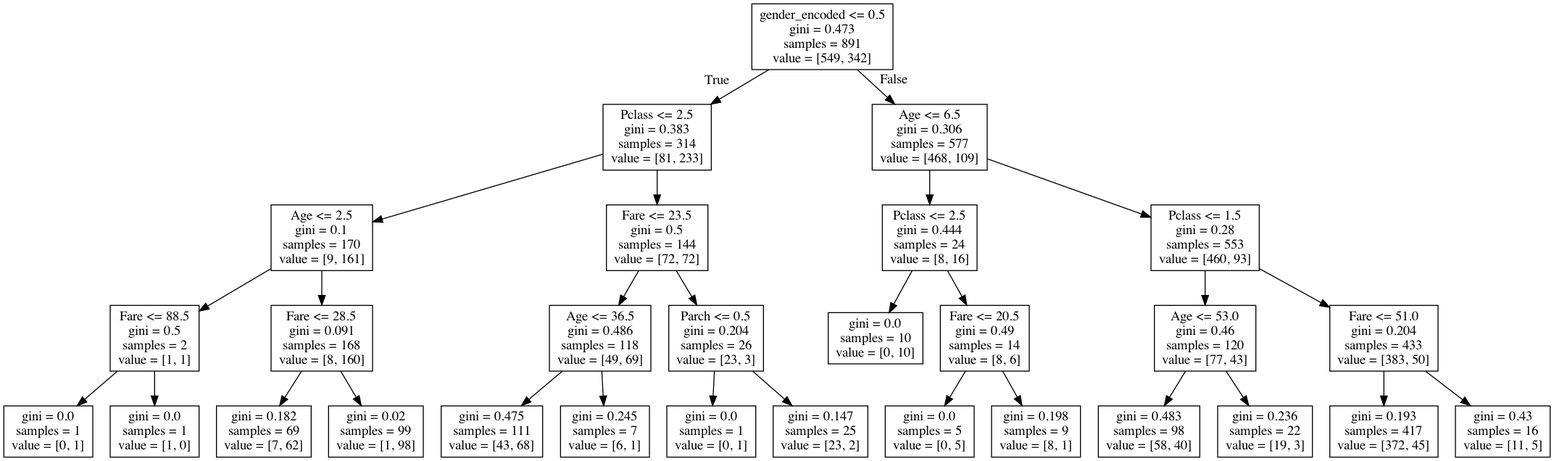
The Graphviz diagram notebooks/tree2.png in rahulg-infiswift/AnalyticsCourse, before a commit. Its source is kept beside it as notebooks/tree2.dot. Its diagram source:
```dot
digraph Tree {
node [shape=box] ;
0 [label="gender_encoded <= 0.5\ngini = 0.473\nsamples = 891\nvalue = [549, 342]"] ;
1 [label="Pclass <= 2.5\ngini = 0.383\nsamples = 314\nvalue = [81, 233]"] ;
0 -> 1 [labeldistance=2.5, labelangle=45, headlabel="True"] ;
2 [label="Age <= 2.5\ngini = 0.1\nsamples = 170\nvalue = [9, 161]"] ;
1 -> 2 ;
3 [label="Fare <= 88.5\ngini = 0.5\nsamples = 2\nvalue = [1, 1]"] ;
2 -> 3 ;
4 [label="gini = 0.0\nsamples = 1\nvalue = [0, 1]"] ;
3 -> 4 ;
5 [label="gini = 0.0\nsamples = 1\nvalue = [1, 0]"] ;
3 -> 5 ;
6 [label="Fare <= 28.5\ngini = 0.091\nsamples = 168\nvalue = [8, 160]"] ;
2 -> 6 ;
7 [label="gini = 0.182\nsamples = 69\nvalue = [7, 62]"] ;
6 -> 7 ;
8 [label="gini = 0.02\nsamples = 99\nvalue = [1, 98]"] ;
6 -> 8 ;
9 [label="Fare <= 23.5\ngini = 0.5\nsamples = 144\nvalue = [72, 72]"] ;
1 -> 9 ;
10 [label="Age <= 36.5\ngini = 0.486\nsamples = 118\nvalue = [49, 69]"] ;
9 -> 10 ;
11 [label="gini = 0.475\nsamples = 111\nvalue = [43, 68]"] ;
10 -> 11 ;
12 [label="gini = 0.245\nsamples = 7\nvalue = [6, 1]"] ;
10 -> 12 ;
13 [label="Parch <= 0.5\ngini = 0.204\nsamples = 26\nvalue = [23, 3]"] ;
9 -> 13 ;
14 [label="gini = 0.0\nsamples = 1\nvalue = [0, 1]"] ;
13 -> 14 ;
15 [label="gini = 0.147\nsamples = 25\nvalue = [23, 2]"] ;
13 -> 15 ;
16 [label="Age <= 6.5\ngini = 0.306\nsamples = 577\nvalue = [468, 109]"] ;
0 -> 16 [labeldistance=2.5, labelangle=-45, headlabel="False"] ;
17 [label="Pclass <= 2.5\ngini = 0.444\nsamples = 24\nvalue = [8, 16]"] ;
16 -> 17 ;
18 [label="gini = 0.0\nsamples = 10\nvalue = [0, 10]"] ;
17 -> 18 ;
19 [label="Fare <= 20.5\ngini = 0.49\nsamples = 14\nvalue = [8, 6]"] ;
17 -> 19 ;
20 [label="gini = 0.0\nsamples = 5\nvalue = [0, 5]"] ;
19 -> 20 ;
21 [label="gini = 0.198\nsamples = 9\nvalue = [8, 1]"] ;
19 -> 21 ;
22 [label="Pclass <= 1.5\ngini = 0.28\nsamples = 553\nvalue = [460, 93]"] ;
16 -> 22 ;
23 [label="Age <= 53.0\ngini = 0.46\nsamples = 120\nvalue = [77, 43]"] ;
22 -> 23 ;
24 [label="gini = 0.483\nsamples = 98\nvalue = [58, 40]"] ;
23 -> 24 ;
25 [label="gini = 0.236\nsamples = 22\nvalue = [19, 3]"] ;
23 -> 25 ;
26 [label="Fare <= 51.0\ngini = 0.204\nsamples = 433\nvalue = [383, 50]"] ;
22 -> 26 ;
27 [label="gini = 0.193\nsamples = 417\nvalue = [372, 45]"] ;
26 -> 27 ;
28 [label="gini = 0.43\nsamples = 16\nvalue = [11, 5]"] ;
26 -> 28 ;
}
```
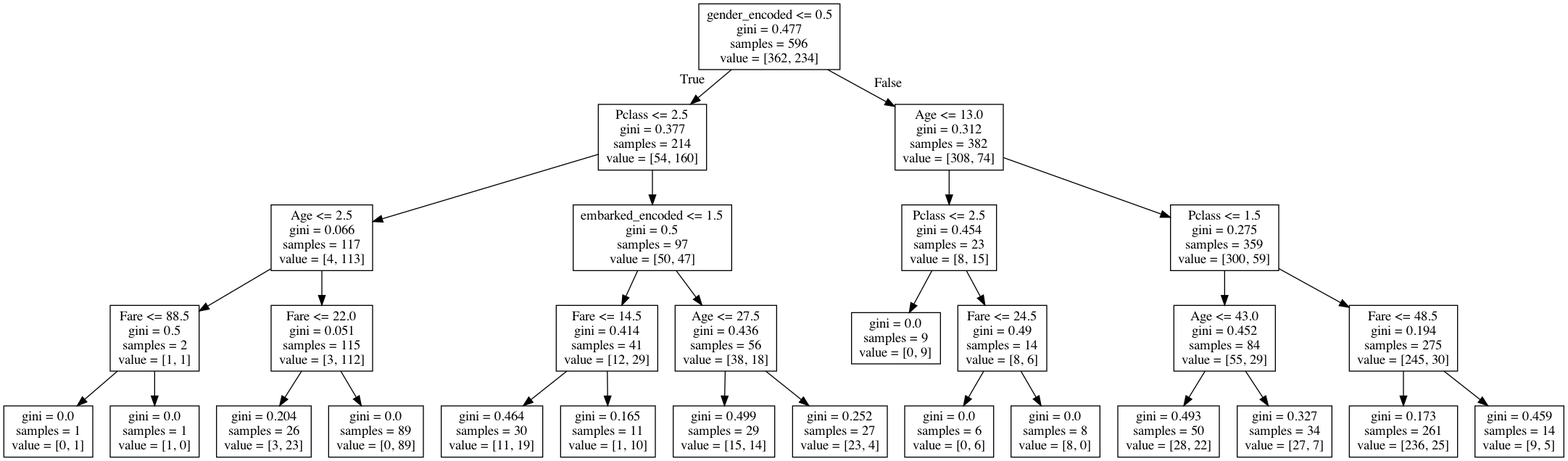
The same file after the commit.

Diff of the diagram source:
```diff
@@ -1,9 +1,9 @@
 digraph Tree {
 node [shape=box] ;
-0 [label="gender_encoded <= 0.5\ngini = 0.473\nsamples = 891\nvalue = [549, 342]"] ;
-1 [label="Pclass <= 2.5\ngini = 0.383\nsamples = 314\nvalue = [81, 233]"] ;
+0 [label="gender_encoded <= 0.5\ngini = 0.477\nsamples = 596\nvalue = [362, 234]"] ;
+1 [label="Pclass <= 2.5\ngini = 0.377\nsamples = 214\nvalue = [54, 160]"] ;
 0 -> 1 [labeldistance=2.5, labelangle=45, headlabel="True"] ;
-2 [label="Age <= 2.5\ngini = 0.1\nsamples = 170\nvalue = [9, 161]"] ;
+2 [label="Age <= 2.5\ngini = 0.066\nsamples = 117\nvalue = [4, 113]"] ;
 1 -> 2 ;
 3 [label="Fare <= 88.5\ngini = 0.5\nsamples = 2\nvalue = [1, 1]"] ;
 2 -> 3 ;
@@ -11,50 +11,50 @@
 3 -> 4 ;
 5 [label="gini = 0.0\nsamples = 1\nvalue = [1, 0]"] ;
 3 -> 5 ;
-6 [label="Fare <= 28.5\ngini = 0.091\nsamples = 168\nvalue = [8, 160]"] ;
+6 [label="Fare <= 22.0\ngini = 0.051\nsamples = 115\nvalue = [3, 112]"] ;
 2 -> 6 ;
-7 [label="gini = 0.182\nsamples = 69\nvalue = [7, 62]"] ;
+7 [label="gini = 0.204\nsamples = 26\nvalue = [3, 23]"] ;
 6 -> 7 ;
-8 [label="gini = 0.02\nsamples = 99\nvalue = [1, 98]"] ;
+8 [label="gini = 0.0\nsamples = 89\nvalue = [0, 89]"] ;
 6 -> 8 ;
-9 [label="Fare <= 23.5\ngini = 0.5\nsamples = 144\nvalue = [72, 72]"] ;
+9 [label="embarked_encoded <= 1.5\ngini = 0.5\nsamples = 97\nvalue = [50, 47]"] ;
 1 -> 9 ;
-10 [label="Age <= 36.5\ngini = 0.486\nsamples = 118\nvalue = [49, 69]"] ;
+10 [label="Fare <= 14.5\ngini = 0.414\nsamples = 41\nvalue = [12, 29]"] ;
 9 -> 10 ;
-11 [label="gini = 0.475\nsamples = 111\nvalue = [43, 68]"] ;
+11 [label="gini = 0.464\nsamples = 30\nvalue = [11, 19]"] ;
 10 -> 11 ;
-12 [label="gini = 0.245\nsamples = 7\nvalue = [6, 1]"] ;
+12 [label="gini = 0.165\nsamples = 11\nvalue = [1, 10]"] ;
 10 -> 12 ;
-13 [label="Parch <= 0.5\ngini = 0.204\nsamples = 26\nvalue = [23, 3]"] ;
+13 [label="Age <= 27.5\ngini = 0.436\nsamples = 56\nvalue = [38, 18]"] ;
 9 -> 13 ;
-14 [label="gini = 0.0\nsamples = 1\nvalue = [0, 1]"] ;
+14 [label="gini = 0.499\nsamples = 29\nvalue = [15, 14]"] ;
 13 -> 14 ;
-15 [label="gini = 0.147\nsamples = 25\nvalue = [23, 2]"] ;
+15 [label="gini = 0.252\nsamples = 27\nvalue = [23, 4]"] ;
 13 -> 15 ;
-16 [label="Age <= 6.5\ngini = 0.306\nsamples = 577\nvalue = [468, 109]"] ;
+16 [label="Age <= 13.0\ngini = 0.312\nsamples = 382\nvalue = [308, 74]"] ;
 0 -> 16 [labeldistance=2.5, labelangle=-45, headlabel="False"] ;
-17 [label="Pclass <= 2.5\ngini = 0.444\nsamples = 24\nvalue = [8, 16]"] ;
+17 [label="Pclass <= 2.5\ngini = 0.454\nsamples = 23\nvalue = [8, 15]"] ;
 16 -> 17 ;
-18 [label="gini = 0.0\nsamples = 10\nvalue = [0, 10]"] ;
+18 [label="gini = 0.0\nsamples = 9\nvalue = [0, 9]"] ;
 17 -> 18 ;
-19 [label="Fare <= 20.5\ngini = 0.49\nsamples = 14\nvalue = [8, 6]"] ;
+19 [label="Fare <= 24.5\ngini = 0.49\nsamples = 14\nvalue = [8, 6]"] ;
 17 -> 19 ;
-20 [label="gini = 0.0\nsamples = 5\nvalue = [0, 5]"] ;
+20 [label="gini = 0.0\nsamples = 6\nvalue = [0, 6]"] ;
 19 -> 20 ;
-21 [label="gini = 0.198\nsamples = 9\nvalue = [8, 1]"] ;
+21 [label="gini = 0.0\nsamples = 8\nvalue = [8, 0]"] ;
 19 -> 21 ;
-22 [label="Pclass <= 1.5\ngini = 0.28\nsamples = 553\nvalue = [460, 93]"] ;
+22 [label="Pclass <= 1.5\ngini = 0.275\nsamples = 359\nvalue = [300, 59]"] ;
 16 -> 22 ;
-23 [label="Age <= 53.0\ngini = 0.46\nsamples = 120\nvalue = [77, 43]"] ;
+23 [label="Age <= 43.0\ngini = 0.452\nsamples = 84\nvalue = [55, 29]"] ;
 22 -> 23 ;
-24 [label="gini = 0.483\nsamples = 98\nvalue = [58, 40]"] ;
+24 [label="gini = 0.493\nsamples = 50\nvalue = [28, 22]"] ;
 23 -> 24 ;
-25 [label="gini = 0.236\nsamples = 22\nvalue = [19, 3]"] ;
+25 [label="gini = 0.327\nsamples = 34\nvalue = [27, 7]"] ;
 23 -> 25 ;
-26 [label="Fare <= 51.0\ngini = 0.204\nsamples = 433\nvalue = [383, 50]"] ;
+26 [label="Fare <= 48.5\ngini = 0.194\nsamples = 275\nvalue = [245, 30]"] ;
 22 -> 26 ;
-27 [label="gini = 0.193\nsamples = 417\nvalue = [372, 45]"] ;
+27 [label="gini = 0.173\nsamples = 261\nvalue = [236, 25]"] ;
 26 -> 27 ;
-28 [label="gini = 0.43\nsamples = 16\nvalue = [11, 5]"] ;
+28 [label="gini = 0.459\nsamples = 14\nvalue = [9, 5]"] ;
 26 -> 28 ;
 }
```
